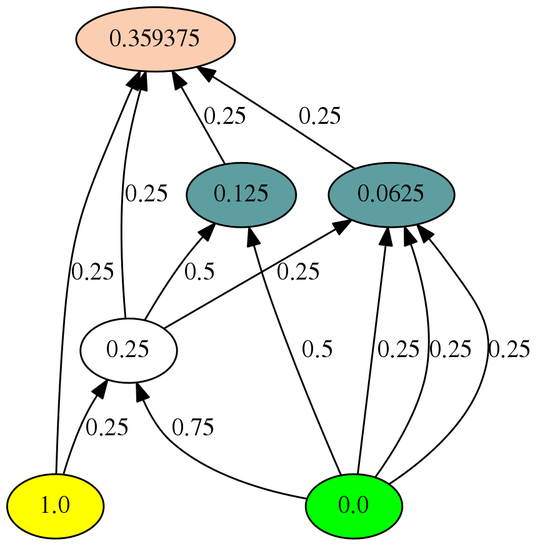
Before: GuiTool/image/Vospa/VospaDot.png, a diagram exported from Graphviz (iitramar/guiTool). Its source is kept beside it as GuiTool/image/Vospa/VospaDot.dot. The source it was exported from:
```dot
digraph G {
rankdir = BT;
compound=true;
1.0[style=filled, fillcolor=yellow];
1.0->0.25[label=0.25];
0.0[style=filled, fillcolor=green];
0.0->0.25[label=0.75];
0.25->0.125[label=0.5];
0.0[style=filled, fillcolor=green];
0.0->0.125[label=0.5];
0.0625 [style=filled, fillcolor=white];
0.25->0.0625[label=0.25];
0.0625 [style=filled, fillcolor=white];
0.0->0.0625[label=0.25];
0.0625 [style=filled, fillcolor=white];
0.0->0.0625[label=0.25];
0.0625 [style=filled, fillcolor=white];
0.0->0.0625[label=0.25];
0.0625[style=filled, fillcolor="#5F9EA0"];
0.359375 [style=filled, fillcolor=white];
1.0->0.359375[label=0.25];
0.359375 [style=filled, fillcolor=white];
0.25->0.359375[label=0.25];
0.359375 [style=filled, fillcolor=white];
0.125->0.359375[label=0.25];
0.359375 [style=filled, fillcolor=white];
0.0625->0.359375[label=0.25];
0.359375 [style=filled, fillcolor="#FBCEB1"];
0.125[style=filled, fillcolor="#5F9EA0"];
}
```
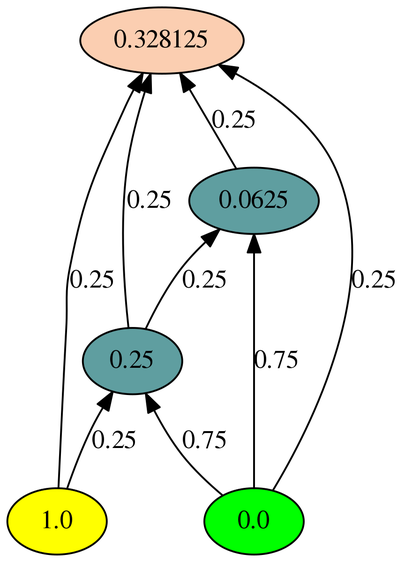
The same file after the commit.

Change to the diagram source:
```diff
@@ -5,26 +5,18 @@
 1.0->0.25[label=0.25];
 0.0[style=filled, fillcolor=green];
 0.0->0.25[label=0.75];
-0.25->0.125[label=0.5];
+0.25->0.0625[label=0.25];
 0.0[style=filled, fillcolor=green];
-0.0->0.125[label=0.5];
-0.0625 [style=filled, fillcolor=white];
-0.25->0.0625[label=0.25];
-0.0625 [style=filled, fillcolor=white];
-0.0->0.0625[label=0.25];
-0.0625 [style=filled, fillcolor=white];
-0.0->0.0625[label=0.25];
-0.0625 [style=filled, fillcolor=white];
-0.0->0.0625[label=0.25];
+0.0->0.0625[label=0.75];
+0.328125 [style=filled, fillcolor=white];
+1.0->0.328125[label=0.25];
+0.328125 [style=filled, fillcolor=white];
+0.25->0.328125[label=0.25];
+0.328125 [style=filled, fillcolor=white];
+0.0625->0.328125[label=0.25];
+0.328125 [style=filled, fillcolor=white];
+0.0->0.328125[label=0.25];
+0.328125 [style=filled, fillcolor="#FBCEB1"];
 0.0625[style=filled, fillcolor="#5F9EA0"];
-0.359375 [style=filled, fillcolor=white];
-1.0->0.359375[label=0.25];
-0.359375 [style=filled, fillcolor=white];
-0.25->0.359375[label=0.25];
-0.359375 [style=filled, fillcolor=white];
-0.125->0.359375[label=0.25];
-0.359375 [style=filled, fillcolor=white];
-0.0625->0.359375[label=0.25];
-0.359375 [style=filled, fillcolor="#FBCEB1"];
-0.125[style=filled, fillcolor="#5F9EA0"];
+0.25[style=filled, fillcolor="#5F9EA0"];
 }
```
